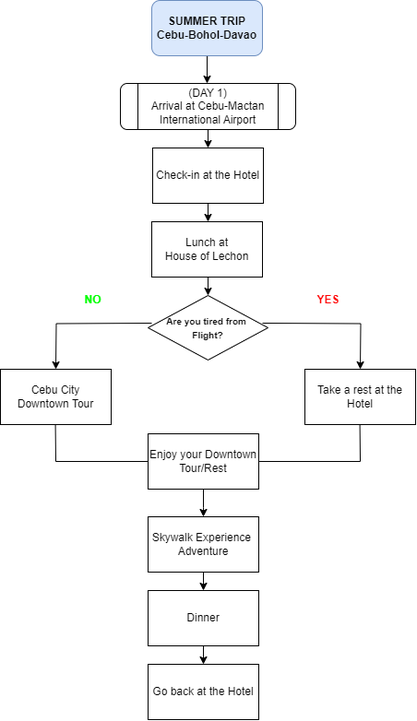
Above: itinerary.png in legaspinicole/CCINCOML_EXERCISES_COM23P (draw.io), before the change. Source tidied: cells renumbered, new cells last; positions are measured from the earlier drawing's top-left corner, leaving out a move shared by most shapes.
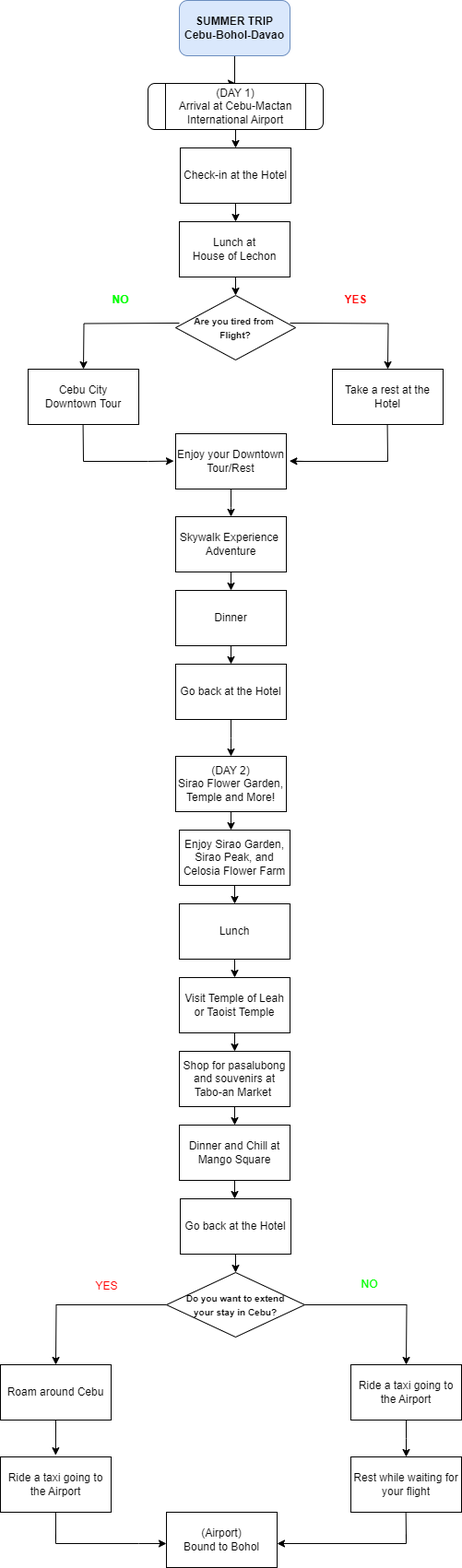
Above is the later version.

What changed in the source:
```diff
@@ -62,9 +62,10 @@
         <mxPoint x="59.6" y="460" as="targetPoint" />
       </mxGeometry>
     </mxCell>
-    <mxCell id="15" style="endArrow=none;html=1;rounded=0;entryX=0;entryY=0.5;entryDx=0;entryDy=0;" parent="1" edge="1" target="19">
+    <mxCell id="15" style="endArrow=none;html=1;rounded=0;" parent="1" edge="1">
       <mxGeometry relative="1" as="geometry">
         <mxPoint x="60" y="500" as="sourcePoint" />
+        <mxPoint x="130" y="500" as="targetPoint" />
       </mxGeometry>
     </mxCell>
     <mxCell id="16" style="endArrow=none;html=1;rounded=0;" parent="1" edge="1">
@@ -73,8 +74,9 @@
         <mxPoint x="389.6" y="460" as="targetPoint" />
       </mxGeometry>
     </mxCell>
-    <mxCell id="17" style="endArrow=none;html=1;rounded=0;exitX=1;exitY=0.5;exitDx=0;exitDy=0;" parent="1" edge="1" source="19">
+    <mxCell id="17" style="endArrow=none;html=1;rounded=0;" parent="1" edge="1">
       <mxGeometry relative="1" as="geometry">
+        <mxPoint x="290" y="500" as="sourcePoint" />
         <mxPoint x="390" y="500" as="targetPoint" />
       </mxGeometry>
     </mxCell>
@@ -111,8 +113,163 @@
     <mxCell id="26" value="Dinner" style="rounded=0;whiteSpace=wrap;html=1;" parent="1" vertex="1">
       <mxGeometry x="160" y="640" width="120" height="60" as="geometry" />
     </mxCell>
+    <mxCell id="28" style="edgeStyle=orthogonalEdgeStyle;rounded=0;jettySize=auto;html=1;" parent="1" edge="1" source="27">
+      <mxGeometry relative="1" as="geometry">
+        <mxPoint x="220" y="820" as="targetPoint" />
+      </mxGeometry>
+    </mxCell>
     <mxCell id="27" value="Go back at the Hotel" style="rounded=0;whiteSpace=wrap;html=1;" parent="1" vertex="1">
       <mxGeometry x="160" y="720" width="120" height="60" as="geometry" />
     </mxCell>
+    <mxCell id="29" style="edgeStyle=orthogonalEdgeStyle;rounded=0;jettySize=auto;html=1;" parent="1" edge="1" source="30">
+      <mxGeometry relative="1" as="geometry">
+        <mxPoint x="220" y="900" as="targetPoint" />
+      </mxGeometry>
+    </mxCell>
+    <mxCell id="30" value="(DAY 2)&lt;br&gt;Sirao Flower Garden, Temple and More!" style="rounded=0;whiteSpace=wrap;html=1;" parent="1" vertex="1">
+      <mxGeometry x="160" y="820" width="120" height="60" as="geometry" />
+    </mxCell>
+    <mxCell id="31" style="edgeStyle=orthogonalEdgeStyle;rounded=0;jettySize=auto;html=1;" parent="1" edge="1" source="32">
+      <mxGeometry relative="1" as="geometry">
+        <mxPoint x="224" y="980" as="targetPoint" />
+      </mxGeometry>
+    </mxCell>
+    <mxCell id="32" value="Enjoy Sirao Garden, Sirao Peak, and Celosia Flower Farm" style="rounded=0;whiteSpace=wrap;html=1;" parent="1" vertex="1">
+      <mxGeometry x="164" y="900" width="120" height="60" as="geometry" />
+    </mxCell>
+    <mxCell id="33" style="edgeStyle=orthogonalEdgeStyle;rounded=0;jettySize=auto;html=1;" parent="1" edge="1" source="34">
+      <mxGeometry relative="1" as="geometry">
+        <mxPoint x="224" y="1060" as="targetPoint" />
+      </mxGeometry>
+    </mxCell>
+    <mxCell id="34" value="Lunch" style="rounded=0;whiteSpace=wrap;html=1;" parent="1" vertex="1">
+      <mxGeometry x="164" y="980" width="120" height="60" as="geometry" />
+    </mxCell>
+    <mxCell id="35" style="edgeStyle=orthogonalEdgeStyle;rounded=0;jettySize=auto;html=1;" parent="1" edge="1" source="36">
+      <mxGeometry relative="1" as="geometry">
+        <mxPoint x="224" y="1140" as="targetPoint" />
+      </mxGeometry>
+    </mxCell>
+    <mxCell id="36" value="Visit Temple of Leah or Taoist Temple" style="rounded=0;whiteSpace=wrap;html=1;" parent="1" vertex="1">
+      <mxGeometry x="164" y="1060" width="120" height="60" as="geometry" />
+    </mxCell>
+    <mxCell id="37" style="edgeStyle=orthogonalEdgeStyle;rounded=0;jettySize=auto;html=1;" parent="1" edge="1" source="38">
+      <mxGeometry relative="1" as="geometry">
+        <mxPoint x="224" y="1220" as="targetPoint" />
+      </mxGeometry>
+    </mxCell>
+    <mxCell id="38" value="Shop for pasalubong and souvenirs at Tabo-an Market&amp;nbsp;" style="rounded=0;whiteSpace=wrap;html=1;" parent="1" vertex="1">
+      <mxGeometry x="164" y="1140" width="120" height="60" as="geometry" />
+    </mxCell>
+    <mxCell id="39" style="edgeStyle=orthogonalEdgeStyle;rounded=0;jettySize=auto;html=1;" parent="1" edge="1" source="40">
+      <mxGeometry relative="1" as="geometry">
+        <mxPoint x="224" y="1300" as="targetPoint" />
+      </mxGeometry>
+    </mxCell>
+    <mxCell id="40" value="Dinner and Chill at Mango Square" style="rounded=0;whiteSpace=wrap;html=1;" parent="1" vertex="1">
+      <mxGeometry x="164" y="1220" width="120" height="60" as="geometry" />
+    </mxCell>
+    <mxCell id="41" style="edgeStyle=orthogonalEdgeStyle;rounded=0;jettySize=auto;html=1;" parent="1" edge="1" source="42">
+      <mxGeometry relative="1" as="geometry">
+        <mxPoint x="225" y="1380" as="targetPoint" />
+      </mxGeometry>
+    </mxCell>
+    <mxCell id="42" value="Go back at the Hotel" style="rounded=0;whiteSpace=wrap;html=1;" parent="1" vertex="1">
+      <mxGeometry x="165" y="1300" width="120" height="60" as="geometry" />
+    </mxCell>
+    <mxCell id="43" style="edgeStyle=orthogonalEdgeStyle;rounded=0;jettySize=auto;html=1;" parent="1" edge="1" source="45">
+      <mxGeometry relative="1" as="geometry">
+        <mxPoint x="410" y="1480" as="targetPoint" />
+      </mxGeometry>
+    </mxCell>
+    <mxCell id="44" style="edgeStyle=orthogonalEdgeStyle;rounded=0;jettySize=auto;html=1;" parent="1" edge="1" source="45">
+      <mxGeometry relative="1" as="geometry">
+        <mxPoint x="30" y="1480" as="targetPoint" />
+      </mxGeometry>
+    </mxCell>
+    <mxCell id="45" value="&lt;font style=&quot;font-size: 10px;&quot;&gt;&lt;b&gt;Do you want to extend &lt;br&gt;your stay in Cebu?&lt;/b&gt;&lt;/font&gt;" style="rhombus;whiteSpace=wrap;html=1;" parent="1" vertex="1">
+      <mxGeometry x="150" y="1380" width="150" height="70" as="geometry" />
+    </mxCell>
+    <mxCell id="46" value="&lt;font color=&quot;#ff0000&quot;&gt;YES&lt;/font&gt;" style="text;html=1;align=center;verticalAlign=middle;strokeColor=none;fillColor=none;" parent="1" vertex="1">
+      <mxGeometry x="60" y="1380" width="50" height="30" as="geometry" />
+    </mxCell>
+    <mxCell id="47" value="&lt;font color=&quot;#00ff00&quot;&gt;NO&lt;/font&gt;" style="text;html=1;align=center;verticalAlign=middle;strokeColor=none;fillColor=none;" parent="1" vertex="1">
+      <mxGeometry x="350" y="1378" width="40" height="30" as="geometry" />
+    </mxCell>
+    <mxCell id="48" value="Roam around Cebu" style="rounded=0;whiteSpace=wrap;html=1;" parent="1" vertex="1">
+      <mxGeometry x="-30" y="1480" width="120" height="60" as="geometry" />
+    </mxCell>
+    <mxCell id="49" style="edgeStyle=orthogonalEdgeStyle;rounded=0;jettySize=auto;html=1;" parent="1" edge="1" source="50">
+      <mxGeometry relative="1" as="geometry">
+        <mxPoint x="410" y="1580" as="targetPoint" />
+      </mxGeometry>
+    </mxCell>
+    <mxCell id="50" value="Ride a taxi going to the Airport" style="rounded=0;whiteSpace=wrap;html=1;" parent="1" vertex="1">
+      <mxGeometry x="350" y="1480" width="120" height="60" as="geometry" />
+    </mxCell>
+    <mxCell id="51" value="Ride a taxi going to the Airport" style="rounded=0;whiteSpace=wrap;html=1;" parent="1" vertex="1">
+      <mxGeometry x="-30" y="1580" width="120" height="60" as="geometry" />
+    </mxCell>
+    <mxCell id="52" style="endArrow=none;html=1;rounded=0;" parent="1" edge="1">
+      <mxGeometry relative="1" as="geometry">
+        <mxPoint x="30" y="1674" as="sourcePoint" />
+        <mxPoint x="120" y="1674" as="targetPoint" />
+      </mxGeometry>
+    </mxCell>
+    <mxCell id="53" value="(Airport)&lt;br&gt;Bound to Bohol" style="rounded=0;whiteSpace=wrap;html=1;" parent="1" vertex="1">
+      <mxGeometry x="150" y="1640" width="120" height="60" as="geometry" />
+    </mxCell>
+    <mxCell id="54" style="endArrow=classic;html=1;rounded=0;entryX=-0.017;entryY=0.494;entryDx=0;entryDy=0;entryPerimeter=0;" parent="1" edge="1" target="19">
+      <mxGeometry relative="1" as="geometry">
+        <mxPoint x="130" y="500" as="sourcePoint" />
+      </mxGeometry>
+    </mxCell>
+    <mxCell id="55" style="endArrow=classic;html=1;rounded=0;entryX=1.028;entryY=0.494;entryDx=0;entryDy=0;entryPerimeter=0;" parent="1" edge="1" target="19">
+      <mxGeometry relative="1" as="geometry">
+        <mxPoint x="300" y="500" as="sourcePoint" />
+      </mxGeometry>
+    </mxCell>
+    <mxCell id="56" style="endArrow=classic;html=1;rounded=0;exitX=0.5;exitY=1;exitDx=0;exitDy=0;entryX=0.499;entryY=-0.031;entryDx=0;entryDy=0;entryPerimeter=0;" parent="1" edge="1" source="48" target="51">
+      <mxGeometry relative="1" as="geometry" />
+    </mxCell>
+    <mxCell id="57" style="endArrow=classic;html=1;rounded=0;" parent="1" edge="1">
+      <mxGeometry relative="1" as="geometry">
+        <mxPoint x="120" y="1674" as="sourcePoint" />
+        <mxPoint x="150" y="1674" as="targetPoint" />
+      </mxGeometry>
+    </mxCell>
+    <mxCell id="58" style="endArrow=none;html=1;rounded=0;" parent="1" edge="1">
+      <mxGeometry relative="1" as="geometry">
+        <mxPoint x="30" y="1670" as="sourcePoint" />
+        <mxPoint x="29.9" y="1640" as="targetPoint" />
+      </mxGeometry>
+    </mxCell>
+    <mxCell id="59" style="endArrow=none;html=1;rounded=0;" parent="1" edge="1">
+      <mxGeometry relative="1" as="geometry">
+        <mxPoint x="29.9" y="1674" as="sourcePoint" />
+        <mxPoint x="29.9" y="1664" as="targetPoint" />
+      </mxGeometry>
+    </mxCell>
+    <mxCell id="60" value="Rest while waiting for your flight" style="rounded=0;whiteSpace=wrap;html=1;" parent="1" vertex="1">
+      <mxGeometry x="350" y="1580" width="120" height="60" as="geometry" />
+    </mxCell>
+    <mxCell id="61" style="endArrow=none;html=1;rounded=0;" parent="1" edge="1">
+      <mxGeometry relative="1" as="geometry">
+        <mxPoint x="410" y="1670" as="sourcePoint" />
+        <mxPoint x="409.7" y="1640" as="targetPoint" />
+      </mxGeometry>
+    </mxCell>
+    <mxCell id="62" style="endArrow=classic;html=1;rounded=0;" parent="1" edge="1">
+      <mxGeometry relative="1" as="geometry">
+        <mxPoint x="410" y="1674" as="sourcePoint" />
+        <mxPoint x="270" y="1674" as="targetPoint" />
+      </mxGeometry>
+    </mxCell>
+    <mxCell id="63" style="endArrow=none;html=1;rounded=0;" parent="1" edge="1">
+      <mxGeometry relative="1" as="geometry">
+        <mxPoint x="409.9" y="1674" as="sourcePoint" />
+        <mxPoint x="409.9" y="1664" as="targetPoint" />
+      </mxGeometry>
+    </mxCell>
   </root>
 </mxGraphModel>
```
